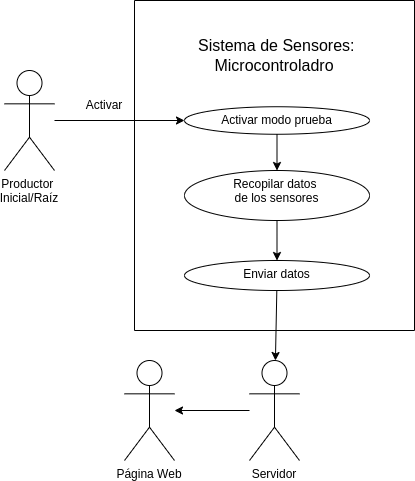
The draw.io diagram UML/Modulo1/RF1.drawio.png in miicxitl-kin/Proyecto-Terminal-1-y-2, before a commit. Source tidied: cells renumbered, new cells last; positions are measured from the earlier drawing's top-left corner, leaving out a move shared by most shapes.
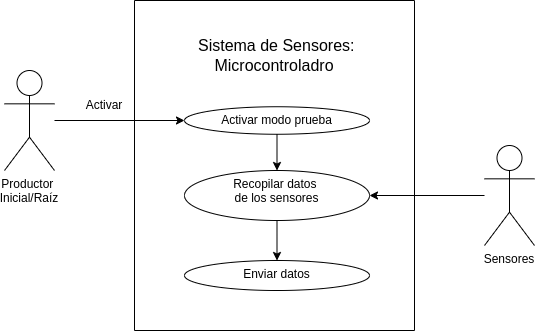
Above is the later version.

Change to the diagram source:
```diff
@@ -29,20 +29,14 @@
     <mxCell id="10" value="&lt;font style=&quot;scrollbar-color: rgb(226, 226, 226) rgb(251, 251, 251); color: rgb(0, 0, 0); font-size: 16px;&quot;&gt;&amp;nbsp;Sistema de Sensores:&lt;/font&gt;&lt;div style=&quot;color: rgb(63, 63, 63); scrollbar-color: rgb(226, 226, 226) rgb(251, 251, 251);&quot;&gt;&lt;font style=&quot;scrollbar-color: rgb(226, 226, 226) rgb(251, 251, 251); color: rgb(0, 0, 0); font-size: 16px;&quot;&gt;Microcontroladro&lt;/font&gt;&lt;/div&gt;" style="text;html=1;align=center;verticalAlign=middle;whiteSpace=wrap;rounded=0;" parent="4" vertex="1">
       <mxGeometry x="50" y="40" width="180" height="30" as="geometry" />
     </mxCell>
-    <mxCell id="11" style="edgeStyle=none;html=1;" parent="1" edge="1" source="12" target="15">
-      <mxGeometry relative="1" as="geometry" />
-    </mxCell>
-    <mxCell id="12" value="Servidor" style="shape=umlActor;verticalLabelPosition=bottom;verticalAlign=top;outlineConnect=0;fillColor=none;align=center;labelBorderColor=none;labelBackgroundColor=none;labelPosition=center;textShadow=0;fontColor=default;" parent="1" vertex="1">
-      <mxGeometry x="245" y="360" width="50" height="100" as="geometry" />
-    </mxCell>
-    <mxCell id="13" style="edgeStyle=none;html=1;" parent="1" edge="1" source="9" target="12">
-      <mxGeometry relative="1" as="geometry" />
-    </mxCell>
     <mxCell id="14" value="Activar" style="text;html=1;align=center;verticalAlign=middle;whiteSpace=wrap;rounded=0;" parent="1" vertex="1">
       <mxGeometry x="70" y="90" width="60" height="30" as="geometry" />
     </mxCell>
+    <mxCell id="16" style="edgeStyle=none;html=1;entryX=1;entryY=0.5;entryDx=0;entryDy=0;" parent="1" edge="1" source="15" target="8">
+      <mxGeometry relative="1" as="geometry" />
+    </mxCell>
-    <mxCell id="15" value="Página Web" style="shape=umlActor;verticalLabelPosition=bottom;verticalAlign=top;outlineConnect=0;fillColor=none;align=center;labelBorderColor=none;labelBackgroundColor=none;labelPosition=center;textShadow=0;fontColor=default;" parent="1" vertex="1">
-      <mxGeometry x="120" y="360" width="50" height="100" as="geometry" />
+    <mxCell id="15" value="Sensores" style="shape=umlActor;verticalLabelPosition=bottom;verticalAlign=top;outlineConnect=0;fillColor=none;align=center;labelBorderColor=none;labelBackgroundColor=none;labelPosition=center;textShadow=0;fontColor=default;" parent="1" vertex="1">
+      <mxGeometry x="480" y="145" width="50" height="100" as="geometry" />
     </mxCell>
   </root>
 </mxGraphModel>
```
